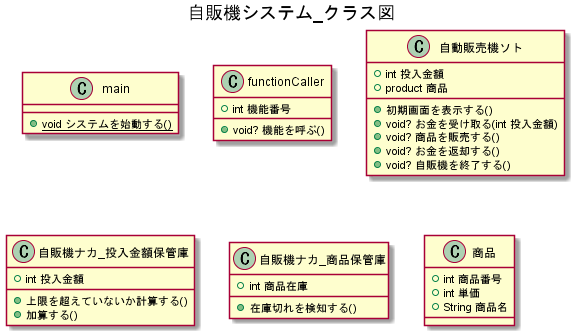
W-Nakayama-24/VendingMachine_CUI keeps this PlantUML diagram as UML_class_sequence/自販機システム_クラス図.png. Above is the earlier version.
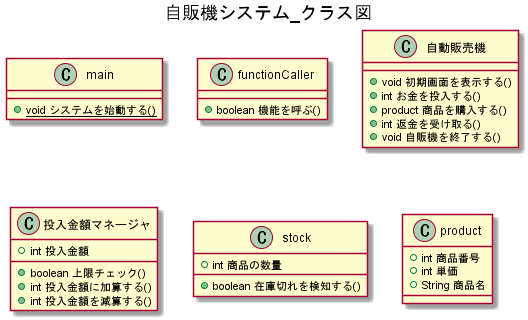
Later version of the same file.

Commit message:
FIX classDiag and sequence01

Diff of the diagram source:
```diff
@@ -6,39 +6,34 @@
 }
 
 class functionCaller {
-    +int 機能番号
-    +void? 機能を呼ぶ()
+    +boolean 機能を呼ぶ()
 }
 
-class 自動販売機ソト {
-    +int 投入金額
-    +product 商品
-
-    +初期画面を表示する()
-    +void? お金を受け取る(int 投入金額)
-    +void? 商品を販売する()
-    +void? お金を返却する()
-    +void? 自販機を終了する()
+class 自動販売機 {
+    +void 初期画面を表示する()
+    +int お金を投入する()
+    +product 商品を購入する()
+    +int 返金を受け取る()
+    +void 自販機を終了する()
 }
 
-class 自販機ナカ_投入金額保管庫{
+class 投入金額マネージャ{
     +int 投入金額
-    +上限を超えていないか計算する()
-    +加算する()
+    +boolean 上限チェック()
+    +int 投入金額に加算する()
+    +int 投入金額を減算する()
 }
 
-class 自販機ナカ_商品保管庫 {
-    +int 商品在庫
-    +在庫切れを検知する()
+class stock {
+    +int 商品の数量
+    +boolean 在庫切れを検知する()
 }
 
-class 商品 {
+class product {
     +int 商品番号
     +int 単価
     +String 商品名
 }
 
 
-
-
 @enduml
```
